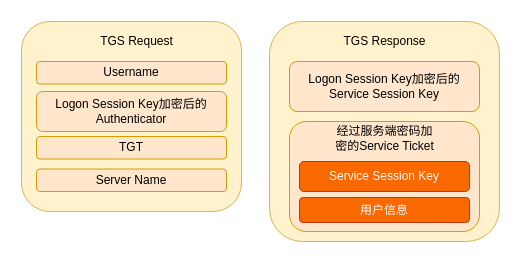
The draw.io diagram assets/img/Integrated/Windows/笔记/认证/23.drawio in ffffffff0x/1earn, before the edit. Source tidied: cells renumbered, new cells numbered last; positions are measured from the earlier drawing's top-left corner, leaving out a move shared by most shapes. Both pictures are drawn from the tidied source at 100%, with x=0, y=0 at pixel (21, 21).
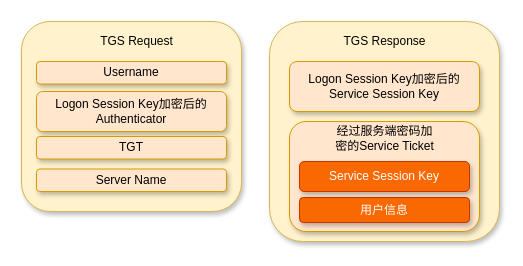
The same diagram, later.

What changed in the source:
```diff
@@
 <mxGraphModel>
   <root>
     <mxCell id="0" />
     <mxCell id="1" parent="0" />
-    <mxCell id="2" style="rounded=1;whiteSpace=wrap;html=1;fillColor=#fff2cc;strokeColor=#d6b656;" parent="1" vertex="1">
+    <mxCell id="2" style="rounded=1;whiteSpace=wrap;html=1;fillColor=#fff2cc;strokeColor=#d6b656;shadow=1;glass=0;" parent="1" vertex="1">
       <mxGeometry width="220" height="190" as="geometry" />
     </mxCell>
-    <mxCell id="3" style="rounded=1;whiteSpace=wrap;html=1;fillColor=#fff2cc;strokeColor=#d6b656;" parent="1" vertex="1">
+    <mxCell id="3" style="rounded=1;whiteSpace=wrap;html=1;fillColor=#fff2cc;strokeColor=#d6b656;shadow=1;glass=0;" parent="1" vertex="1">
       <mxGeometry x="248" width="230" height="220" as="geometry" />
     </mxCell>
-    <mxCell id="4" value="TGS Request" style="text;html=1;align=center;verticalAlign=middle;" parent="1" vertex="1">
+    <mxCell id="4" value="TGS Request" style="text;html=1;align=center;verticalAlign=middle;shadow=1;glass=0;" parent="1" vertex="1">
       <mxGeometry x="70" y="10" width="90" height="20" as="geometry" />
     </mxCell>
-    <mxCell id="5" value="TGS Response" style="text;html=1;align=center;verticalAlign=middle;" parent="1" vertex="1">
+    <mxCell id="5" value="TGS Response" style="text;html=1;align=center;verticalAlign=middle;shadow=1;glass=0;" parent="1" vertex="1">
       <mxGeometry x="313" y="10" width="100" height="20" as="geometry" />
     </mxCell>
-    <mxCell id="6" value="Logon Session Key加密后的Authenticator" style="rounded=1;whiteSpace=wrap;html=1;fillColor=#ffe6cc;strokeColor=#d79b00;" parent="1" vertex="1">
+    <mxCell id="6" value="Logon Session Key加密后的Authenticator" style="rounded=1;whiteSpace=wrap;html=1;fillColor=#ffe6cc;strokeColor=#d79b00;shadow=1;glass=0;" parent="1" vertex="1">
       <mxGeometry x="15" y="70" width="190" height="40" as="geometry" />
     </mxCell>
-    <mxCell id="7" value="Logon Session Key加密后的Service Session Key" style="rounded=1;whiteSpace=wrap;html=1;fillColor=#ffe6cc;strokeColor=#d79b00;" parent="1" vertex="1">
+    <mxCell id="7" value="Logon Session Key加密后的Service Session Key" style="rounded=1;whiteSpace=wrap;html=1;fillColor=#ffe6cc;strokeColor=#d79b00;shadow=1;glass=0;" parent="1" vertex="1">
       <mxGeometry x="268" y="40" width="190" height="50" as="geometry" />
     </mxCell>
-    <mxCell id="8" style="rounded=1;whiteSpace=wrap;html=1;fillColor=#ffe6cc;strokeColor=#d79b00;" parent="1" vertex="1">
+    <mxCell id="8" style="rounded=1;whiteSpace=wrap;html=1;fillColor=#ffe6cc;strokeColor=#d79b00;shadow=1;glass=0;" parent="1" vertex="1">
       <mxGeometry x="268" y="100" width="190" height="110" as="geometry" />
     </mxCell>
-    <mxCell id="9" value="经过服务端密码加&lt;br&gt;密的Service Ticket" style="text;html=1;align=center;verticalAlign=middle;" parent="1" vertex="1">
+    <mxCell id="9" value="经过服务端密码加&lt;br&gt;密的Service Ticket" style="text;html=1;align=center;verticalAlign=middle;shadow=1;glass=0;" parent="1" vertex="1">
       <mxGeometry x="308" y="102" width="110" height="30" as="geometry" />
     </mxCell>
-    <mxCell id="10" value="用户信息" style="rounded=1;whiteSpace=wrap;html=1;fillColor=#fa6800;strokeColor=#C73500;fontColor=#ffffff;" parent="1" vertex="1">
+    <mxCell id="10" value="用户信息" style="rounded=1;whiteSpace=wrap;html=1;fillColor=#fa6800;strokeColor=#C73500;fontColor=#ffffff;shadow=1;glass=0;" parent="1" vertex="1">
       <mxGeometry x="278" y="176" width="170" height="25" as="geometry" />
     </mxCell>
-    <mxCell id="11" value="Service Session Key" style="rounded=1;whiteSpace=wrap;html=1;fillColor=#fa6800;strokeColor=#C73500;fontColor=#ffffff;" parent="1" vertex="1">
+    <mxCell id="11" value="Service Session Key" style="rounded=1;whiteSpace=wrap;html=1;fillColor=#fa6800;strokeColor=#C73500;fontColor=#ffffff;shadow=1;glass=0;" parent="1" vertex="1">
       <mxGeometry x="278" y="140" width="170" height="30" as="geometry" />
     </mxCell>
-    <mxCell id="12" value="TGT" style="rounded=1;whiteSpace=wrap;html=1;fillColor=#ffe6cc;strokeColor=#d79b00;" parent="1" vertex="1">
+    <mxCell id="12" value="TGT" style="rounded=1;whiteSpace=wrap;html=1;fillColor=#ffe6cc;strokeColor=#d79b00;shadow=1;glass=0;" parent="1" vertex="1">
       <mxGeometry x="15" y="115" width="190" height="22.5" as="geometry" />
     </mxCell>
-    <mxCell id="13" value="Username" style="rounded=1;whiteSpace=wrap;html=1;fillColor=#ffe6cc;strokeColor=#d79b00;" parent="1" vertex="1">
+    <mxCell id="13" value="Username" style="rounded=1;whiteSpace=wrap;html=1;fillColor=#ffe6cc;strokeColor=#d79b00;shadow=1;glass=0;" parent="1" vertex="1">
       <mxGeometry x="15" y="40" width="190" height="22.5" as="geometry" />
     </mxCell>
-    <mxCell id="14" value="Server Name" style="rounded=1;whiteSpace=wrap;html=1;fillColor=#ffe6cc;strokeColor=#d79b00;" parent="1" vertex="1">
+    <mxCell id="14" value="Server Name" style="rounded=1;whiteSpace=wrap;html=1;fillColor=#ffe6cc;strokeColor=#d79b00;shadow=1;glass=0;" parent="1" vertex="1">
       <mxGeometry x="15" y="147.5" width="190" height="22.5" as="geometry" />
     </mxCell>
   </root>
 </mxGraphModel>
```
